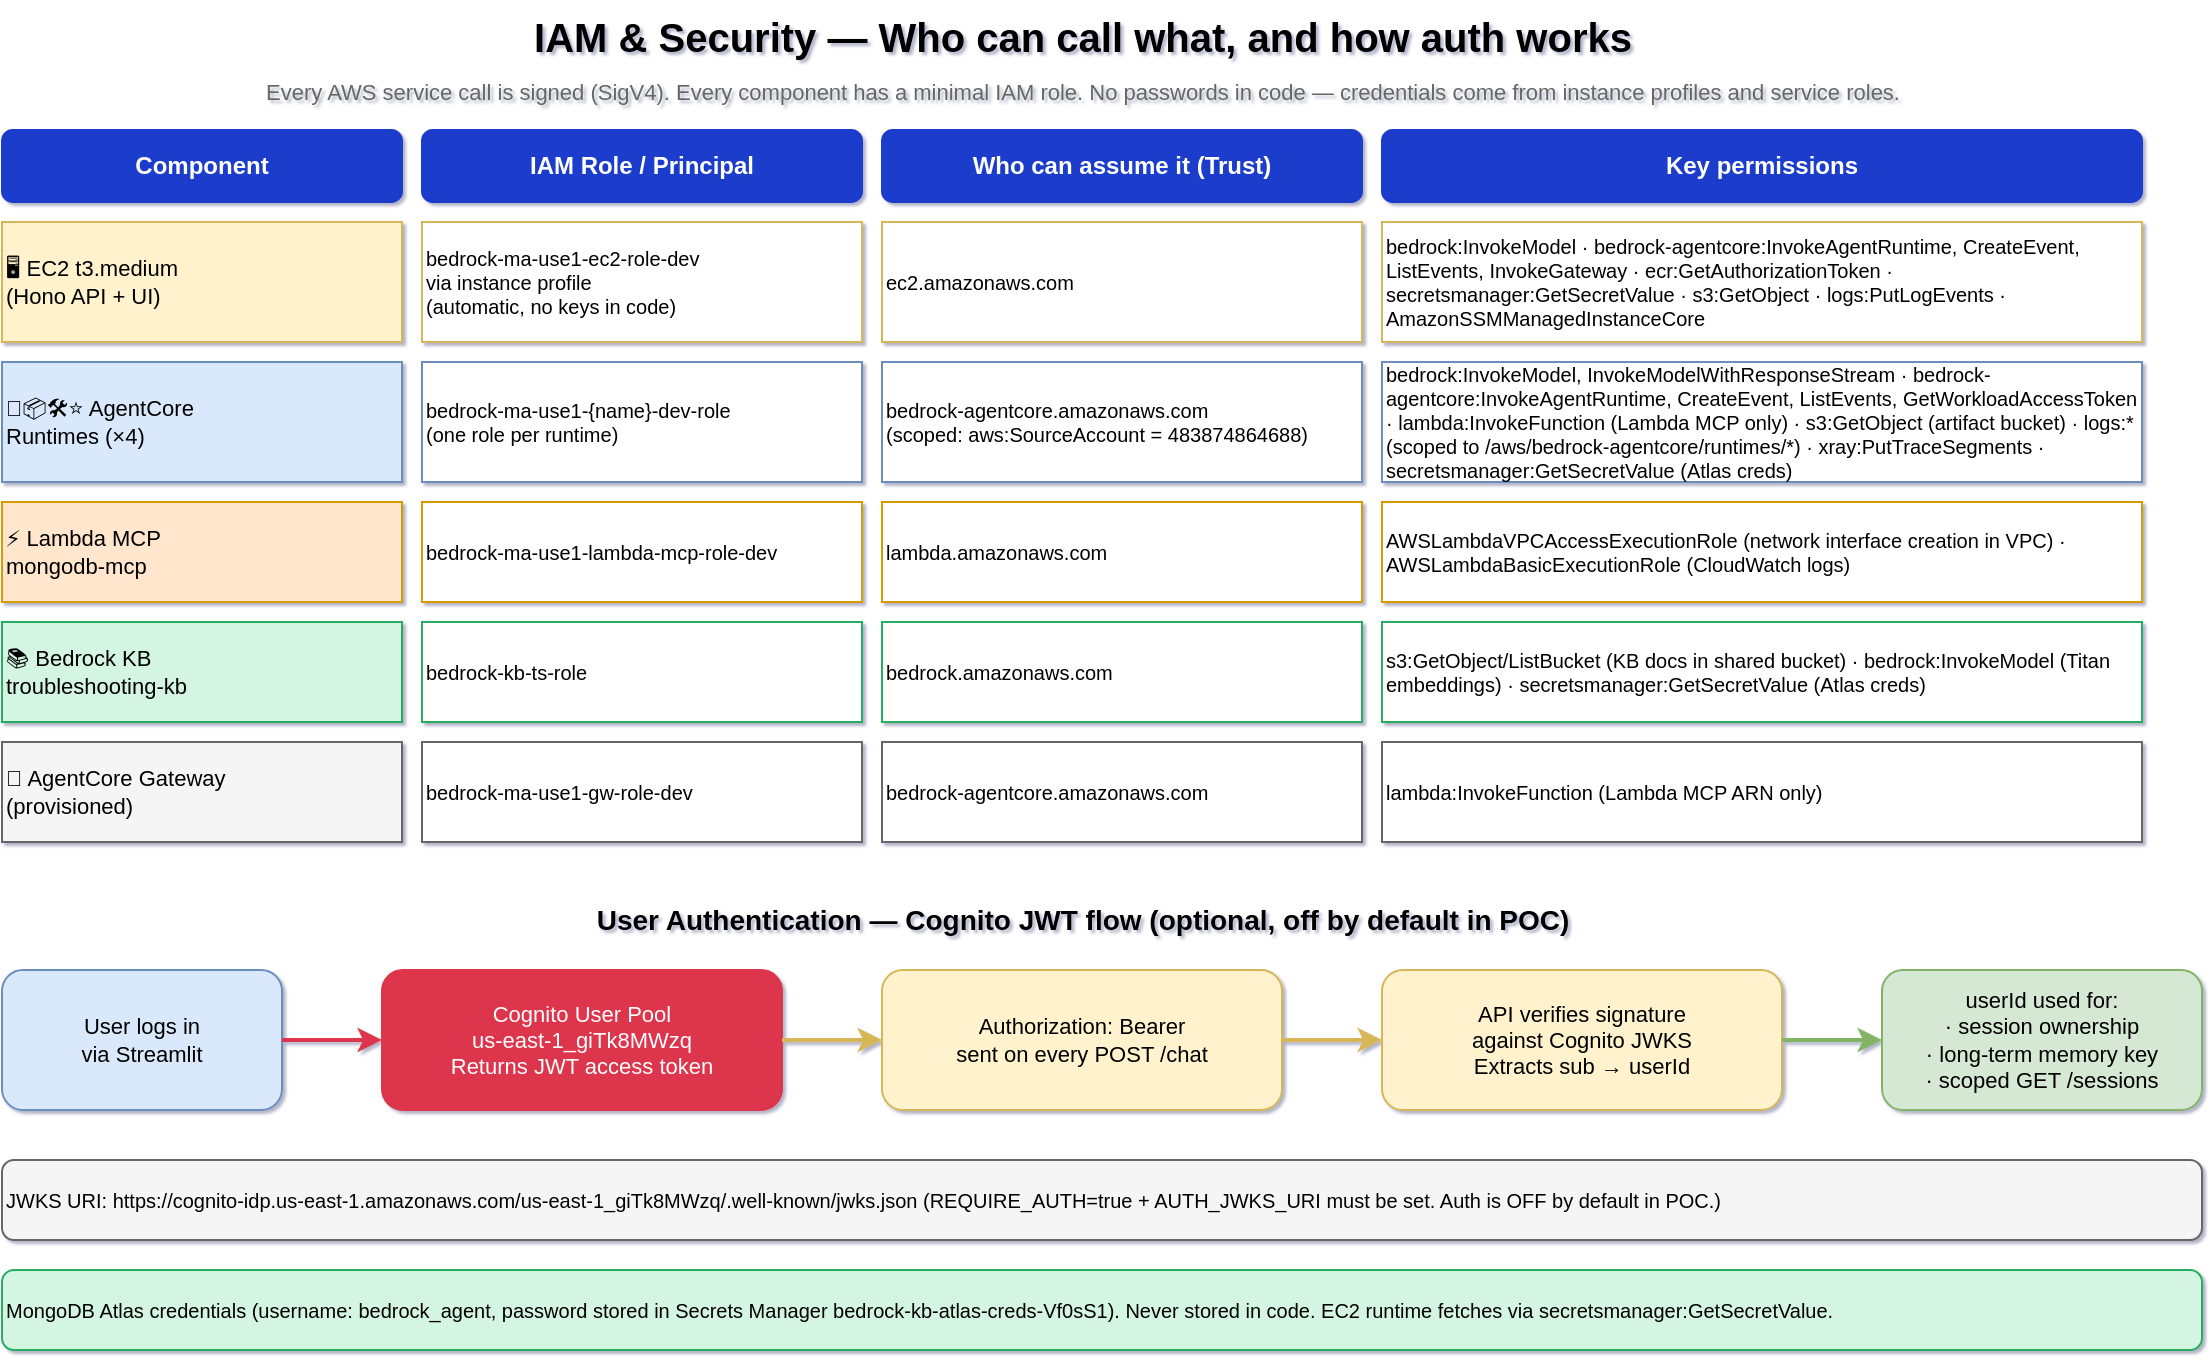
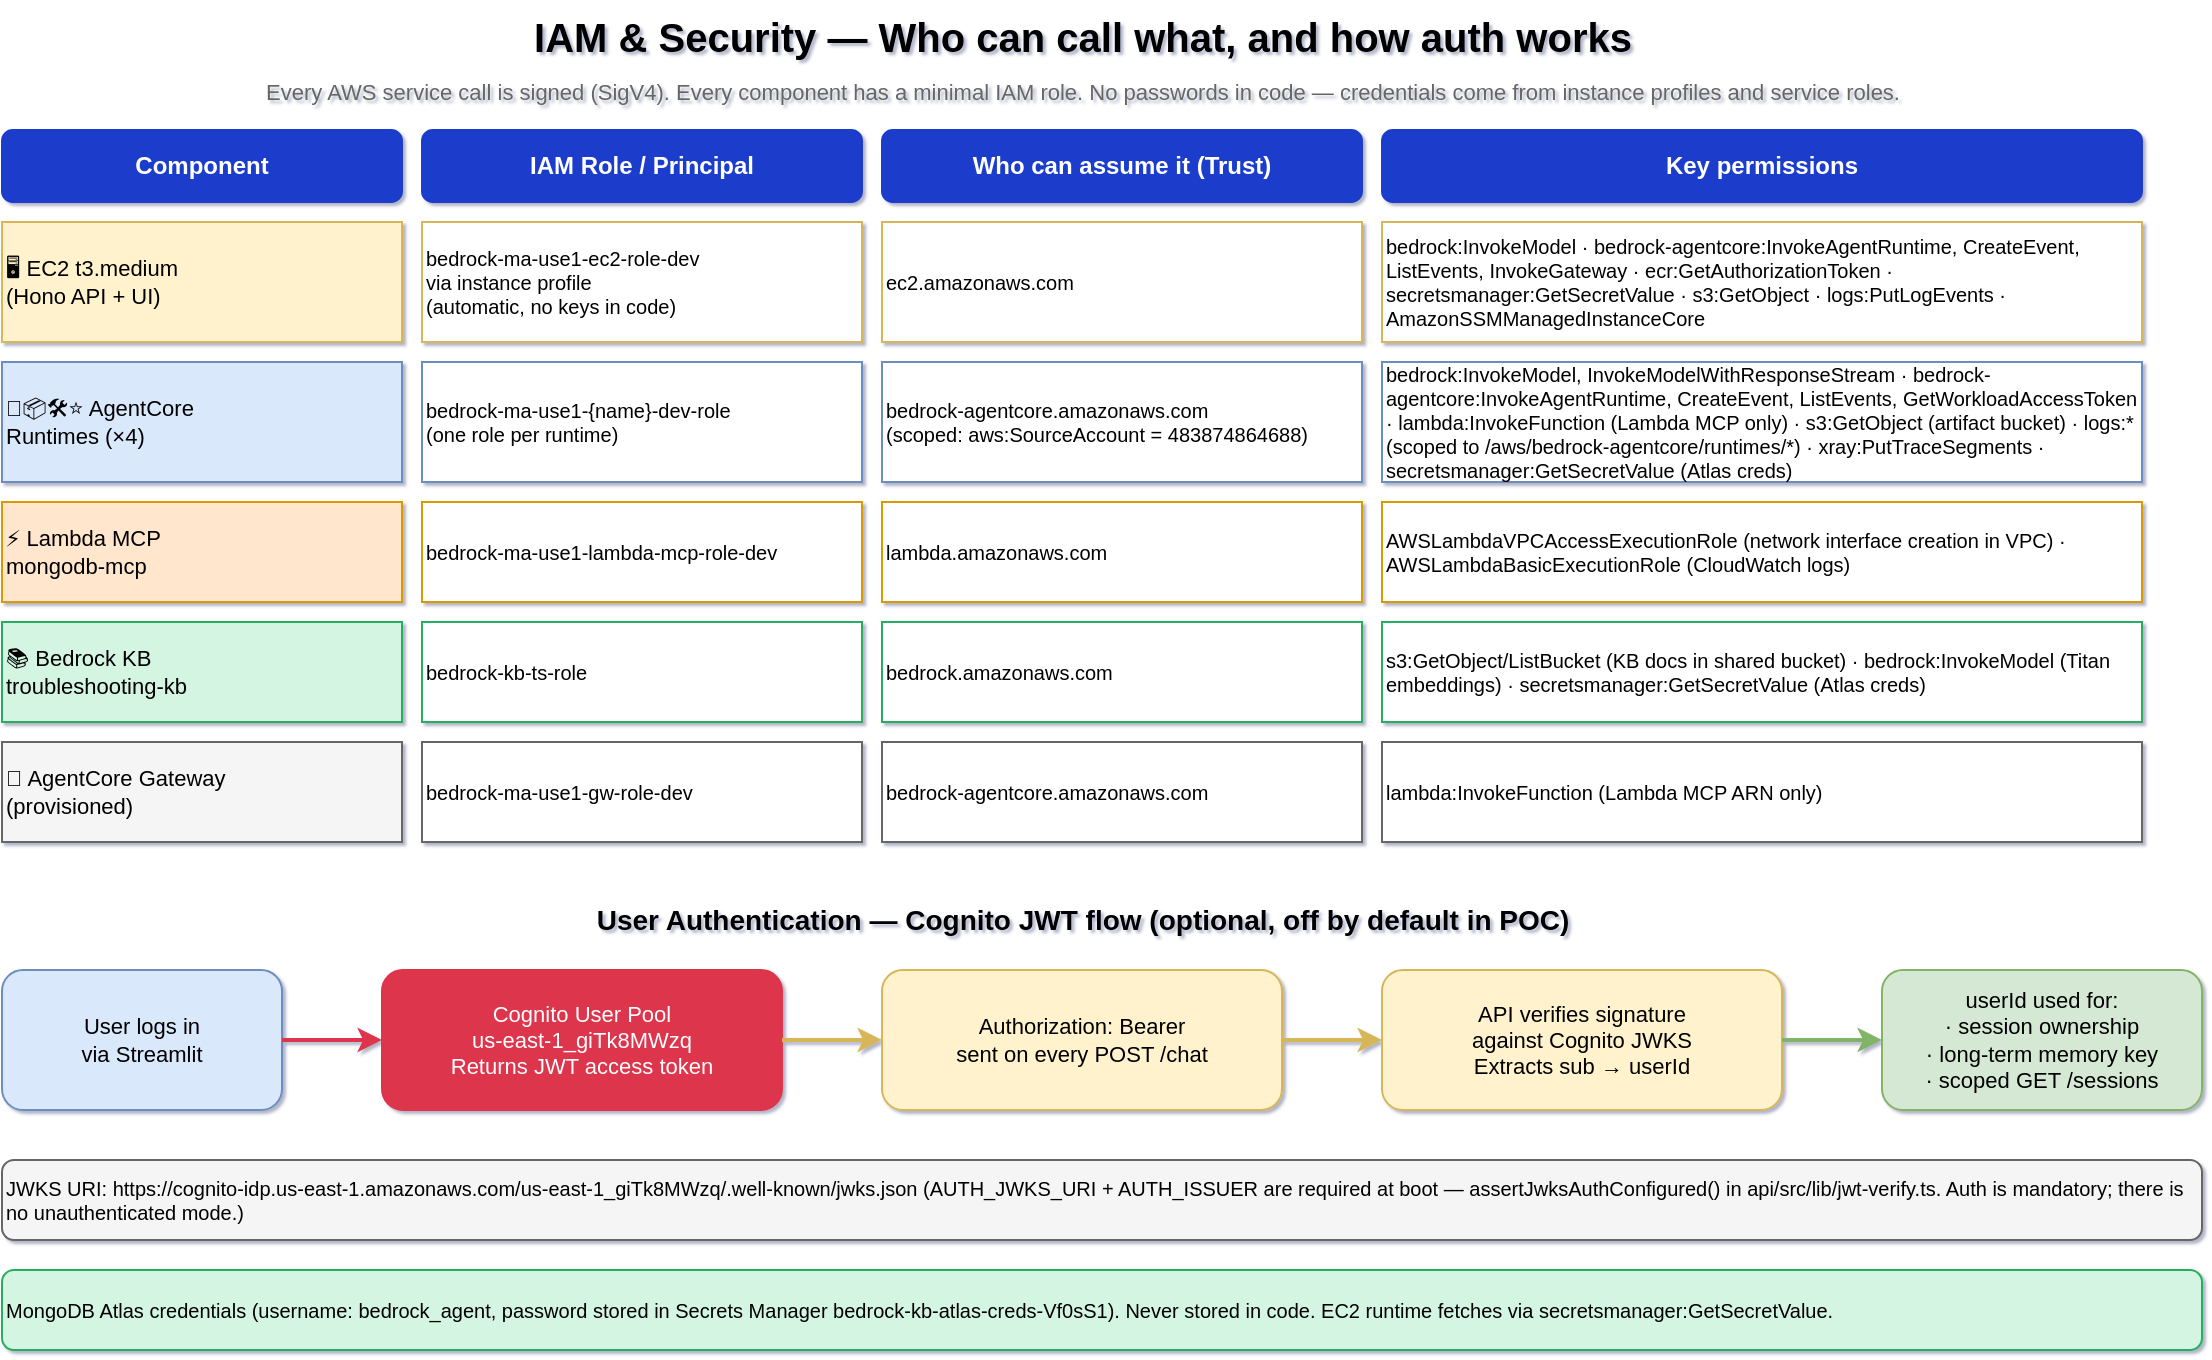
<mxfile host="app.diagrams.net" agent="Claude Code" version="24.0.0">
  <diagram id="iam-security" name="07 · IAM &amp; Security">
    <mxGraphModel dx="1300" dy="900" grid="1" gridSize="10" page="1" pageScale="1" pageWidth="1169" pageHeight="900" math="0" shadow="1">
      <root>
        <mxCell id="0"/><mxCell id="1" parent="0"/>

        <mxCell id="title" value="IAM &amp; Security — Who can call what, and how auth works" style="text;html=1;align=center;fontSize=20;fontStyle=1;strokeColor=none;fillColor=none;" vertex="1" parent="1">
          <mxGeometry x="40" y="15" width="1080" height="30" as="geometry"/>
        </mxCell>
        <mxCell id="sub" value="Every AWS service call is signed (SigV4). Every component has a minimal IAM role. No passwords in code — credentials come from instance profiles and service roles." style="text;html=1;align=center;fontSize=11;strokeColor=none;fillColor=none;fontColor=#666666;" vertex="1" parent="1">
          <mxGeometry x="40" y="48" width="1080" height="18" as="geometry"/>
        </mxCell>

        <!-- Header row -->
        <mxCell id="col1h" value="Component" style="rounded=1;whiteSpace=wrap;html=1;fillColor=#1A3DCB;strokeColor=#1A3DCB;fontColor=#ffffff;fontSize=12;fontStyle=1;" vertex="1" parent="1">
          <mxGeometry x="40" y="80" width="200" height="36" as="geometry"/>
        </mxCell>
        <mxCell id="col2h" value="IAM Role / Principal" style="rounded=1;whiteSpace=wrap;html=1;fillColor=#1A3DCB;strokeColor=#1A3DCB;fontColor=#ffffff;fontSize=12;fontStyle=1;" vertex="1" parent="1">
          <mxGeometry x="250" y="80" width="220" height="36" as="geometry"/>
        </mxCell>
        <mxCell id="col3h" value="Who can assume it (Trust)" style="rounded=1;whiteSpace=wrap;html=1;fillColor=#1A3DCB;strokeColor=#1A3DCB;fontColor=#ffffff;fontSize=12;fontStyle=1;" vertex="1" parent="1">
          <mxGeometry x="480" y="80" width="240" height="36" as="geometry"/>
        </mxCell>
        <mxCell id="col4h" value="Key permissions" style="rounded=1;whiteSpace=wrap;html=1;fillColor=#1A3DCB;strokeColor=#1A3DCB;fontColor=#ffffff;fontSize=12;fontStyle=1;" vertex="1" parent="1">
          <mxGeometry x="730" y="80" width="380" height="36" as="geometry"/>
        </mxCell>

        <!-- Row 1: EC2 -->
        <mxCell id="r1c1" value="🖥 EC2 t3.medium&#xa;(Hono API + UI)" style="rounded=0;whiteSpace=wrap;html=1;fillColor=#fff2cc;strokeColor=#d6b656;fontSize=11;align=left;" vertex="1" parent="1">
          <mxGeometry x="40" y="126" width="200" height="60" as="geometry"/>
        </mxCell>
        <mxCell id="r1c2" value="bedrock-ma-use1-ec2-role-dev&#xa;via instance profile&#xa;(automatic, no keys in code)" style="rounded=0;whiteSpace=wrap;html=1;fillColor=#ffffff;strokeColor=#d6b656;fontSize=10;align=left;" vertex="1" parent="1">
          <mxGeometry x="250" y="126" width="220" height="60" as="geometry"/>
        </mxCell>
        <mxCell id="r1c3" value="ec2.amazonaws.com" style="rounded=0;whiteSpace=wrap;html=1;fillColor=#ffffff;strokeColor=#d6b656;fontSize=10;align=left;" vertex="1" parent="1">
          <mxGeometry x="480" y="126" width="240" height="60" as="geometry"/>
        </mxCell>
        <mxCell id="r1c4" value="bedrock:InvokeModel · bedrock-agentcore:InvokeAgentRuntime, CreateEvent, ListEvents, InvokeGateway · ecr:GetAuthorizationToken · secretsmanager:GetSecretValue · s3:GetObject · logs:PutLogEvents · AmazonSSMManagedInstanceCore" style="rounded=0;whiteSpace=wrap;html=1;fillColor=#ffffff;strokeColor=#d6b656;fontSize=10;align=left;" vertex="1" parent="1">
          <mxGeometry x="730" y="126" width="380" height="60" as="geometry"/>
        </mxCell>

        <!-- Row 2: AgentCore runtimes -->
        <mxCell id="r2c1" value="🎯📦🛠⭐ AgentCore&#xa;Runtimes (×4)" style="rounded=0;whiteSpace=wrap;html=1;fillColor=#dae8fc;strokeColor=#6c8ebf;fontSize=11;align=left;" vertex="1" parent="1">
          <mxGeometry x="40" y="196" width="200" height="60" as="geometry"/>
        </mxCell>
        <mxCell id="r2c2" value="bedrock-ma-use1-{name}-dev-role&#xa;(one role per runtime)" style="rounded=0;whiteSpace=wrap;html=1;fillColor=#ffffff;strokeColor=#6c8ebf;fontSize=10;align=left;" vertex="1" parent="1">
          <mxGeometry x="250" y="196" width="220" height="60" as="geometry"/>
        </mxCell>
        <mxCell id="r2c3" value="bedrock-agentcore.amazonaws.com&#xa;(scoped: aws:SourceAccount = 483874864688)" style="rounded=0;whiteSpace=wrap;html=1;fillColor=#ffffff;strokeColor=#6c8ebf;fontSize=10;align=left;" vertex="1" parent="1">
          <mxGeometry x="480" y="196" width="240" height="60" as="geometry"/>
        </mxCell>
        <mxCell id="r2c4" value="bedrock:InvokeModel, InvokeModelWithResponseStream · bedrock-agentcore:InvokeAgentRuntime, CreateEvent, ListEvents, GetWorkloadAccessToken · lambda:InvokeFunction (Lambda MCP only) · s3:GetObject (artifact bucket) · logs:* (scoped to /aws/bedrock-agentcore/runtimes/*) · xray:PutTraceSegments · secretsmanager:GetSecretValue (Atlas creds)" style="rounded=0;whiteSpace=wrap;html=1;fillColor=#ffffff;strokeColor=#6c8ebf;fontSize=10;align=left;" vertex="1" parent="1">
          <mxGeometry x="730" y="196" width="380" height="60" as="geometry"/>
        </mxCell>

        <!-- Row 3: Lambda -->
        <mxCell id="r3c1" value="⚡ Lambda MCP&#xa;mongodb-mcp" style="rounded=0;whiteSpace=wrap;html=1;fillColor=#ffe6cc;strokeColor=#d79b00;fontSize=11;align=left;" vertex="1" parent="1">
          <mxGeometry x="40" y="266" width="200" height="50" as="geometry"/>
        </mxCell>
        <mxCell id="r3c2" value="bedrock-ma-use1-lambda-mcp-role-dev" style="rounded=0;whiteSpace=wrap;html=1;fillColor=#ffffff;strokeColor=#d79b00;fontSize=10;align=left;" vertex="1" parent="1">
          <mxGeometry x="250" y="266" width="220" height="50" as="geometry"/>
        </mxCell>
        <mxCell id="r3c3" value="lambda.amazonaws.com" style="rounded=0;whiteSpace=wrap;html=1;fillColor=#ffffff;strokeColor=#d79b00;fontSize=10;align=left;" vertex="1" parent="1">
          <mxGeometry x="480" y="266" width="240" height="50" as="geometry"/>
        </mxCell>
        <mxCell id="r3c4" value="AWSLambdaVPCAccessExecutionRole (network interface creation in VPC) · AWSLambdaBasicExecutionRole (CloudWatch logs)" style="rounded=0;whiteSpace=wrap;html=1;fillColor=#ffffff;strokeColor=#d79b00;fontSize=10;align=left;" vertex="1" parent="1">
          <mxGeometry x="730" y="266" width="380" height="50" as="geometry"/>
        </mxCell>

        <!-- Row 4: Bedrock KB -->
        <mxCell id="r4c1" value="📚 Bedrock KB&#xa;troubleshooting-kb" style="rounded=0;whiteSpace=wrap;html=1;fillColor=#d5f5e3;strokeColor=#27ae60;fontSize=11;align=left;" vertex="1" parent="1">
          <mxGeometry x="40" y="326" width="200" height="50" as="geometry"/>
        </mxCell>
        <mxCell id="r4c2" value="bedrock-kb-ts-role" style="rounded=0;whiteSpace=wrap;html=1;fillColor=#ffffff;strokeColor=#27ae60;fontSize=10;align=left;" vertex="1" parent="1">
          <mxGeometry x="250" y="326" width="220" height="50" as="geometry"/>
        </mxCell>
        <mxCell id="r4c3" value="bedrock.amazonaws.com" style="rounded=0;whiteSpace=wrap;html=1;fillColor=#ffffff;strokeColor=#27ae60;fontSize=10;align=left;" vertex="1" parent="1">
          <mxGeometry x="480" y="326" width="240" height="50" as="geometry"/>
        </mxCell>
        <mxCell id="r4c4" value="s3:GetObject/ListBucket (KB docs in shared bucket) · bedrock:InvokeModel (Titan embeddings) · secretsmanager:GetSecretValue (Atlas creds)" style="rounded=0;whiteSpace=wrap;html=1;fillColor=#ffffff;strokeColor=#27ae60;fontSize=10;align=left;" vertex="1" parent="1">
          <mxGeometry x="730" y="326" width="380" height="50" as="geometry"/>
        </mxCell>

        <!-- Row 5: Gateway -->
        <mxCell id="r5c1" value="🔀 AgentCore Gateway&#xa;(provisioned)" style="rounded=0;whiteSpace=wrap;html=1;fillColor=#f5f5f5;strokeColor=#666666;fontSize=11;align=left;" vertex="1" parent="1">
          <mxGeometry x="40" y="386" width="200" height="50" as="geometry"/>
        </mxCell>
        <mxCell id="r5c2" value="bedrock-ma-use1-gw-role-dev" style="rounded=0;whiteSpace=wrap;html=1;fillColor=#ffffff;strokeColor=#666666;fontSize=10;align=left;" vertex="1" parent="1">
          <mxGeometry x="250" y="386" width="220" height="50" as="geometry"/>
        </mxCell>
        <mxCell id="r5c3" value="bedrock-agentcore.amazonaws.com" style="rounded=0;whiteSpace=wrap;html=1;fillColor=#ffffff;strokeColor=#666666;fontSize=10;align=left;" vertex="1" parent="1">
          <mxGeometry x="480" y="386" width="240" height="50" as="geometry"/>
        </mxCell>
        <mxCell id="r5c4" value="lambda:InvokeFunction (Lambda MCP ARN only)" style="rounded=0;whiteSpace=wrap;html=1;fillColor=#ffffff;strokeColor=#666666;fontSize=10;align=left;" vertex="1" parent="1">
          <mxGeometry x="730" y="386" width="380" height="50" as="geometry"/>
        </mxCell>

        <!-- Cognito JWT flow -->
        <mxCell id="cog-title" value="User Authentication — Cognito JWT flow (optional, off by default in POC)" style="text;html=1;align=center;fontSize=14;fontStyle=1;strokeColor=none;fillColor=none;" vertex="1" parent="1">
          <mxGeometry x="40" y="460" width="1080" height="24" as="geometry"/>
        </mxCell>

        <mxCell id="cog1" value="User logs in&#xa;via Streamlit" style="rounded=1;whiteSpace=wrap;html=1;fillColor=#dae8fc;strokeColor=#6c8ebf;fontSize=11;" vertex="1" parent="1">
          <mxGeometry x="40" y="500" width="140" height="70" as="geometry"/>
        </mxCell>
        <mxCell id="cog2" value="Cognito User Pool&#xa;us-east-1_giTk8MWzq&#xa;Returns JWT access token" style="rounded=1;whiteSpace=wrap;html=1;fillColor=#DD344C;strokeColor=#DD344C;fontColor=#ffffff;fontSize=11;" vertex="1" parent="1">
          <mxGeometry x="230" y="500" width="200" height="70" as="geometry"/>
        </mxCell>
        <mxCell id="cog3" value="Authorization: Bearer &lt;JWT&gt;&#xa;sent on every POST /chat" style="rounded=1;whiteSpace=wrap;html=1;fillColor=#fff2cc;strokeColor=#d6b656;fontSize=11;" vertex="1" parent="1">
          <mxGeometry x="480" y="500" width="200" height="70" as="geometry"/>
        </mxCell>
        <mxCell id="cog4" value="API verifies signature&#xa;against Cognito JWKS&#xa;Extracts sub → userId" style="rounded=1;whiteSpace=wrap;html=1;fillColor=#fff2cc;strokeColor=#d6b656;fontSize=11;" vertex="1" parent="1">
          <mxGeometry x="730" y="500" width="200" height="70" as="geometry"/>
        </mxCell>
        <mxCell id="cog5" value="userId used for:&#xa;· session ownership&#xa;· long-term memory key&#xa;· scoped GET /sessions" style="rounded=1;whiteSpace=wrap;html=1;fillColor=#d5e8d4;strokeColor=#82b366;fontSize=11;" vertex="1" parent="1">
          <mxGeometry x="980" y="500" width="160" height="70" as="geometry"/>
        </mxCell>

        <mxCell id="ca1" style="edgeStyle=orthogonalEdgeStyle;html=1;strokeColor=#DD344C;strokeWidth=2;" edge="1" parent="1" source="cog1" target="cog2"><mxGeometry relative="1" as="geometry"/></mxCell>
        <mxCell id="ca2" style="edgeStyle=orthogonalEdgeStyle;html=1;strokeColor=#d6b656;strokeWidth=2;" edge="1" parent="1" source="cog2" target="cog3"><mxGeometry relative="1" as="geometry"/></mxCell>
        <mxCell id="ca3" style="edgeStyle=orthogonalEdgeStyle;html=1;strokeColor=#d6b656;strokeWidth=2;" edge="1" parent="1" source="cog3" target="cog4"><mxGeometry relative="1" as="geometry"/></mxCell>
        <mxCell id="ca4" style="edgeStyle=orthogonalEdgeStyle;html=1;strokeColor=#82b366;strokeWidth=2;" edge="1" parent="1" source="cog4" target="cog5"><mxGeometry relative="1" as="geometry"/></mxCell>

        <!-- S3 note -->
-         <mxCell id="s3-note" value="JWKS URI: https://cognito-idp.us-east-1.amazonaws.com/us-east-1_giTk8MWzq/.well-known/jwks.json (REQUIRE_AUTH=true + AUTH_JWKS_URI must be set. Auth is OFF by default in POC.)" style="rounded=1;whiteSpace=wrap;html=1;fillColor=#f5f5f5;strokeColor=#666666;fontSize=10;align=left;" vertex="1" parent="1">
+         <mxCell id="s3-note" value="JWKS URI: https://cognito-idp.us-east-1.amazonaws.com/us-east-1_giTk8MWzq/.well-known/jwks.json (AUTH_JWKS_URI + AUTH_ISSUER are required at boot — assertJwksAuthConfigured() in api/src/lib/jwt-verify.ts. Auth is mandatory; there is no unauthenticated mode.)" style="rounded=1;whiteSpace=wrap;html=1;fillColor=#f5f5f5;strokeColor=#666666;fontSize=10;align=left;" vertex="1" parent="1">
          <mxGeometry x="40" y="595" width="1100" height="40" as="geometry"/>
        </mxCell>

        <!-- Atlas auth -->
        <mxCell id="atlas-auth" value="MongoDB Atlas credentials (username: bedrock_agent, password stored in Secrets Manager bedrock-kb-atlas-creds-Vf0sS1). Never stored in code. EC2 runtime fetches via secretsmanager:GetSecretValue." style="rounded=1;whiteSpace=wrap;html=1;fillColor=#d5f5e3;strokeColor=#27ae60;fontSize=10;align=left;" vertex="1" parent="1">
          <mxGeometry x="40" y="650" width="1100" height="40" as="geometry"/>
        </mxCell>
      </root>
    </mxGraphModel>
  </diagram>
</mxfile>
